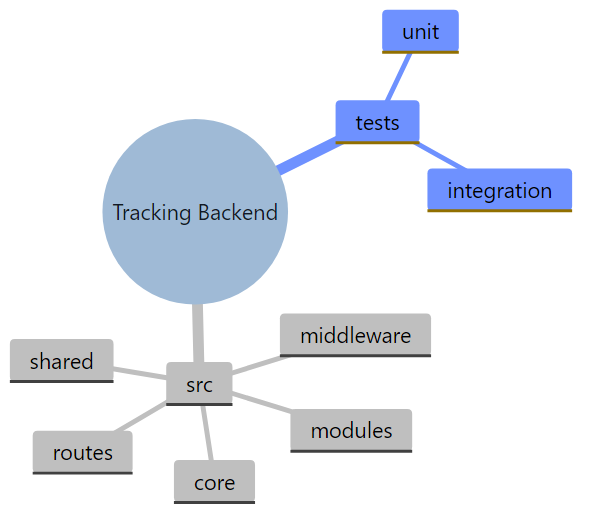
This is resources/reports/thesis/final/assets/figures/09-chuong-4-trien-khai-cloud-hinh-4-18.png from anmh1205/IoT_Vehicle_Tracking_System, a Mermaid export, as it was before one commit. Its source is kept beside it as resources/reports/thesis/final/assets/uml/09-chuong-4-trien-khai-cloud-hinh-4-18.mmd. The source it was exported from:
```mermaid
mindmap
  root((Tracking Backend))
    src
      core
      modules
      middleware
      shared
      routes
    tests
      unit
      integration
```
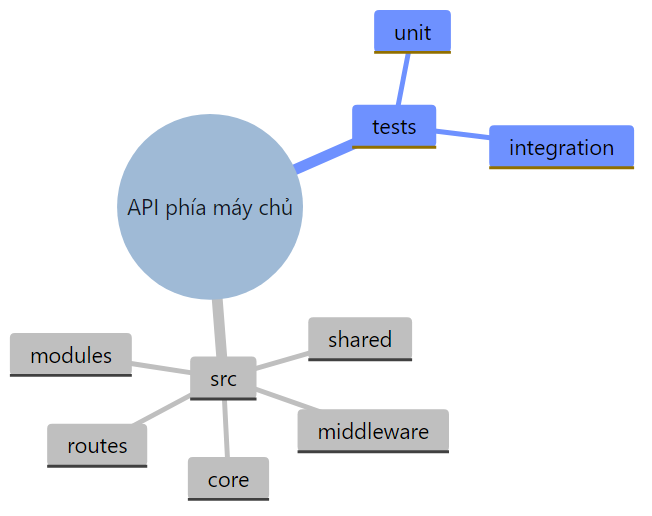
Above is the later version.

Diff of the diagram source:
```diff
@@ -1,5 +1,5 @@
 mindmap
-  root((Tracking Backend))
+  root((API phía máy chủ))
     src
       core
       modules
```
